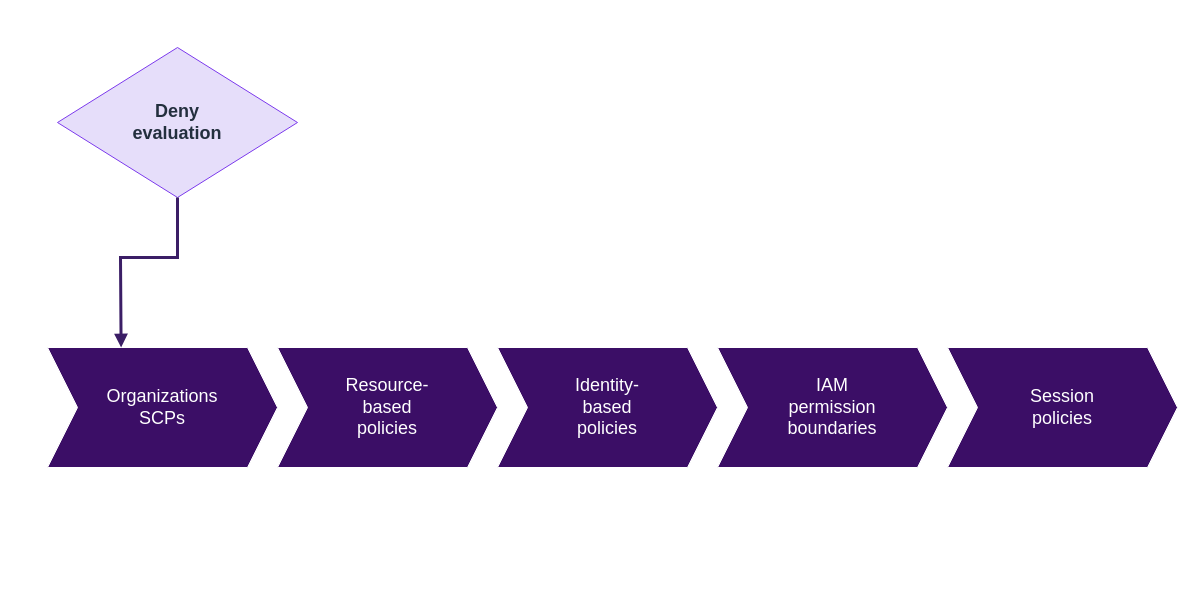
schinchli/katalyst-lms-web keeps this draw.io diagram as scripts/sec-eng-aws/diagrams/src/m03-policy-evaluation-order.drawio. Above is the earlier version. Source tidied: cells renumbered, new cells numbered last; positions are measured from the earlier drawing's top-left corner, leaving out a move shared by most shapes. Both pictures are drawn from the tidied source at 100%, with x=0, y=0 at pixel (47, 47).
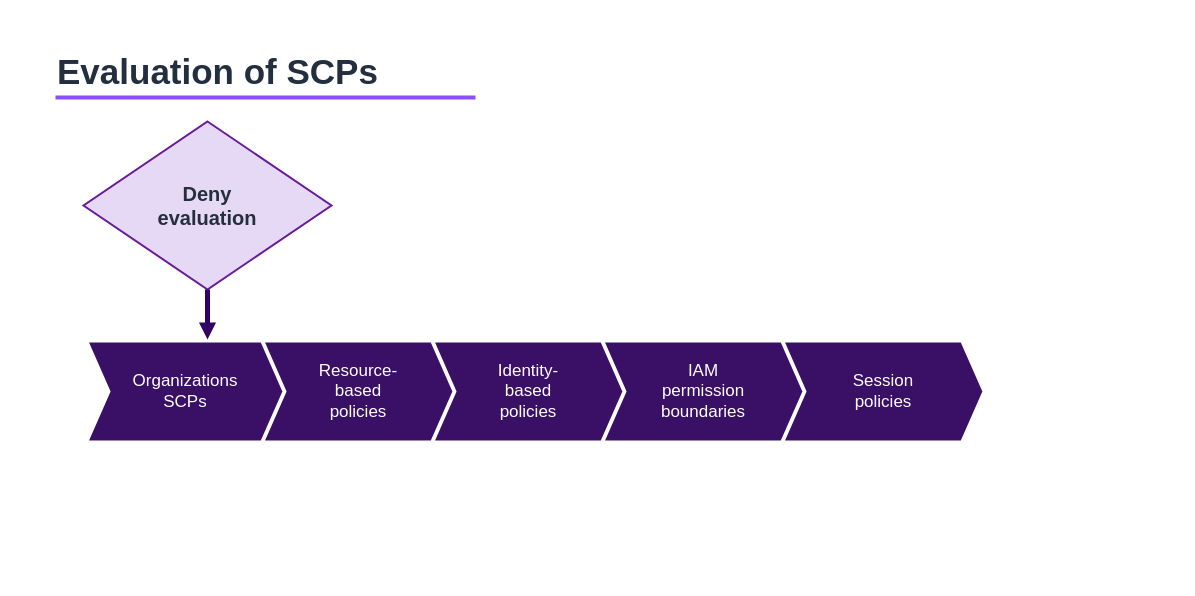
The same diagram, later.

Diff of the diagram source:
```diff
@@
 <mxGraphModel>
   <root>
     <mxCell id="0" />
     <mxCell id="1" parent="0" />
+    <mxCell id="9" style="rounded=0;whiteSpace=wrap;html=1;fillColor=#FFFFFF;strokeColor=none;" parent="1" vertex="1">
+      <mxGeometry x="-30" y="-30" width="1000" height="562" as="geometry" />
+    </mxCell>
+    <mxCell id="10" value="Evaluation of SCPs" style="text;html=1;align=left;verticalAlign=middle;fontSize=35;fontFamily=Amazon Ember;fontColor=#232F3E;fontStyle=1;" parent="1" vertex="1">
+      <mxGeometry x="8" width="760" height="48" as="geometry" />
+    </mxCell>
+    <mxCell id="11" style="rounded=0;html=1;fillColor=#8C4FFF;strokeColor=none;" parent="1" vertex="1">
+      <mxGeometry x="8" y="48" width="420" height="4" as="geometry" />
+    </mxCell>
-    <mxCell id="2" value="Deny&lt;br&gt;evaluation" style="rhombus;whiteSpace=wrap;html=1;fillColor=#E6DEFA;strokeColor=#7C3AED;fontColor=#232F3E;fontSize=18;fontStyle=1;" parent="1" vertex="1">
-      <mxGeometry x="10" width="240" height="150" as="geometry" />
+    <mxCell id="2" value="Deny&#10;evaluation" style="rhombus;whiteSpace=wrap;html=1;fillColor=#E6D9F5;strokeColor=#6A1B9A;strokeWidth=2;fontColor=#232F3E;fontStyle=1;fontSize=20;fontFamily=Amazon Ember;" parent="1" vertex="1">
+      <mxGeometry x="36" y="74" width="248" height="168" as="geometry" />
     </mxCell>
+    <mxCell id="12" style="endArrow=block;endSize=4;html=1;rounded=0;strokeColor=#330066;strokeWidth=5;" parent="1" edge="1">
+      <mxGeometry relative="1" as="geometry">
+        <mxPoint x="160" y="242" as="sourcePoint" />
+        <mxPoint x="160" y="292" as="targetPoint" />
+      </mxGeometry>
+    </mxCell>
-    <mxCell id="3" value="Organizations&lt;br&gt;SCPs" style="shape=step;perimeter=stepPerimeter;whiteSpace=wrap;html=1;fixedSize=1;fillColor=#3B0E66;strokeColor=#FFFFFF;fontColor=#FFFFFF;fontSize=18;size=30;" parent="1" vertex="1">
-      <mxGeometry y="300" width="230" height="120" as="geometry" />
+    <mxCell id="3" value="Organizations&#10;SCPs" style="shape=step;perimeter=stepPerimeter;whiteSpace=wrap;html=1;fixedSize=1;size=22;fillColor=#3A0F66;strokeColor=#FFFFFF;strokeWidth=2;fontColor=#FFFFFF;fontSize=17;fontFamily=Amazon Ember;align=center;verticalAlign=middle;" parent="1" vertex="1">
+      <mxGeometry x="40" y="294" width="196" height="100" as="geometry" />
     </mxCell>
-    <mxCell id="4" value="Resource-&lt;br&gt;based&lt;br&gt;policies" style="shape=step;perimeter=stepPerimeter;whiteSpace=wrap;html=1;fixedSize=1;fillColor=#3B0E66;strokeColor=#FFFFFF;fontColor=#FFFFFF;fontSize=18;size=30;" parent="1" vertex="1">
-      <mxGeometry x="230" y="300" width="220" height="120" as="geometry" />
+    <mxCell id="4" value="Resource-&#10;based&#10;policies" style="shape=step;perimeter=stepPerimeter;whiteSpace=wrap;html=1;fixedSize=1;size=22;fillColor=#3A0F66;strokeColor=#FFFFFF;strokeWidth=2;fontColor=#FFFFFF;fontSize=17;fontFamily=Amazon Ember;align=center;verticalAlign=middle;" parent="1" vertex="1">
+      <mxGeometry x="216" y="294" width="190" height="100" as="geometry" />
     </mxCell>
-    <mxCell id="5" value="Identity-&lt;br&gt;based&lt;br&gt;policies" style="shape=step;perimeter=stepPerimeter;whiteSpace=wrap;html=1;fixedSize=1;fillColor=#3B0E66;strokeColor=#FFFFFF;fontColor=#FFFFFF;fontSize=18;size=30;" parent="1" vertex="1">
-      <mxGeometry x="450" y="300" width="220" height="120" as="geometry" />
+    <mxCell id="5" value="Identity-&#10;based&#10;policies" style="shape=step;perimeter=stepPerimeter;whiteSpace=wrap;html=1;fixedSize=1;size=22;fillColor=#3A0F66;strokeColor=#FFFFFF;strokeWidth=2;fontColor=#FFFFFF;fontSize=17;fontFamily=Amazon Ember;align=center;verticalAlign=middle;" parent="1" vertex="1">
+      <mxGeometry x="386" y="294" width="190" height="100" as="geometry" />
     </mxCell>
-    <mxCell id="6" value="IAM&lt;br&gt;permission&lt;br&gt;boundaries" style="shape=step;perimeter=stepPerimeter;whiteSpace=wrap;html=1;fixedSize=1;fillColor=#3B0E66;strokeColor=#FFFFFF;fontColor=#FFFFFF;fontSize=18;size=30;" parent="1" vertex="1">
-      <mxGeometry x="670" y="300" width="230" height="120" as="geometry" />
+    <mxCell id="6" value="IAM&#10;permission&#10;boundaries" style="shape=step;perimeter=stepPerimeter;whiteSpace=wrap;html=1;fixedSize=1;size=22;fillColor=#3A0F66;strokeColor=#FFFFFF;strokeWidth=2;fontColor=#FFFFFF;fontSize=17;fontFamily=Amazon Ember;align=center;verticalAlign=middle;" parent="1" vertex="1">
+      <mxGeometry x="556" y="294" width="200" height="100" as="geometry" />
     </mxCell>
-    <mxCell id="7" value="Session&lt;br&gt;policies" style="shape=step;perimeter=stepPerimeter;whiteSpace=wrap;html=1;fixedSize=1;fillColor=#3B0E66;strokeColor=#FFFFFF;fontColor=#FFFFFF;fontSize=18;size=30;" parent="1" vertex="1">
-      <mxGeometry x="900" y="300" width="230" height="120" as="geometry" />
+    <mxCell id="7" value="Session&#10;policies" style="shape=step;perimeter=stepPerimeter;whiteSpace=wrap;html=1;fixedSize=1;size=22;fillColor=#3A0F66;strokeColor=#FFFFFF;strokeWidth=2;fontColor=#FFFFFF;fontSize=17;fontFamily=Amazon Ember;align=center;verticalAlign=middle;" parent="1" vertex="1">
+      <mxGeometry x="736" y="294" width="200" height="100" as="geometry" />
     </mxCell>
-    <mxCell id="8" style="endArrow=block;html=1;strokeColor=#3B1E66;strokeWidth=3;exitX=0.5;exitY=1;exitDx=0;exitDy=0;entryX=0.32;entryY=0;entryDx=0;entryDy=0;rounded=0;" parent="1" edge="1" source="2" target="3">
-      <mxGeometry relative="1" as="geometry">
-        <Array as="points">
-          <mxPoint x="130" y="210" />
-          <mxPoint x="73" y="210" />
-        </Array>
-      </mxGeometry>
-    </mxCell>
   </root>
 </mxGraphModel>
```
